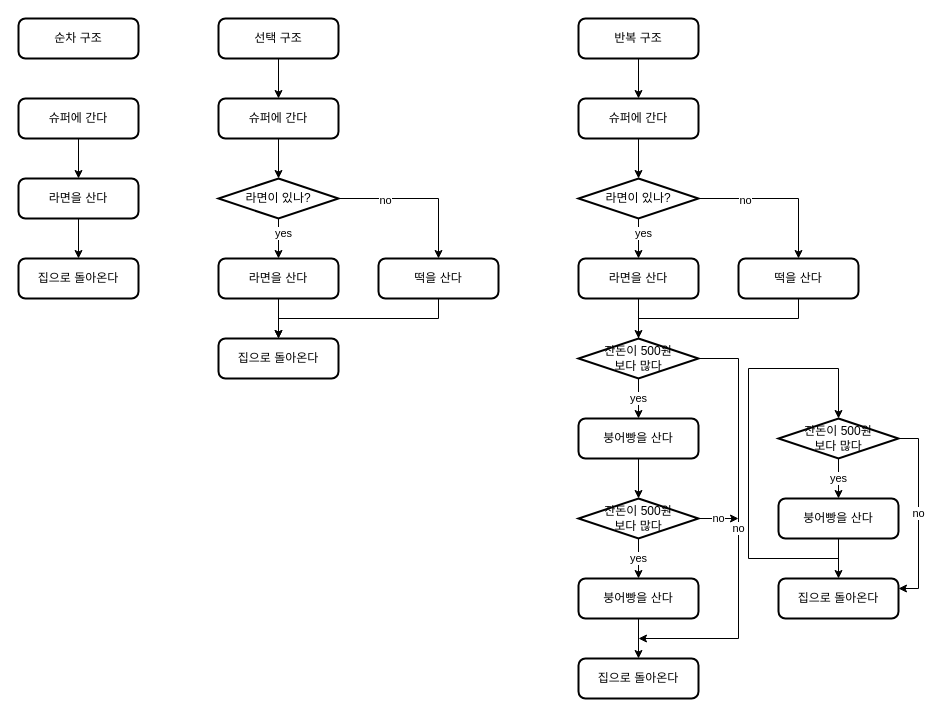
This is Untitled Diagram.drawio from garlic3/python_basic, a draw.io file, before an edit. Source tidied: cells renumbered, new cells numbered last; positions are measured from the earlier drawing's top-left corner, leaving out a move shared by most shapes. Both pictures are drawn from the tidied source at 100%, with x=0, y=0 at pixel (18, 18).
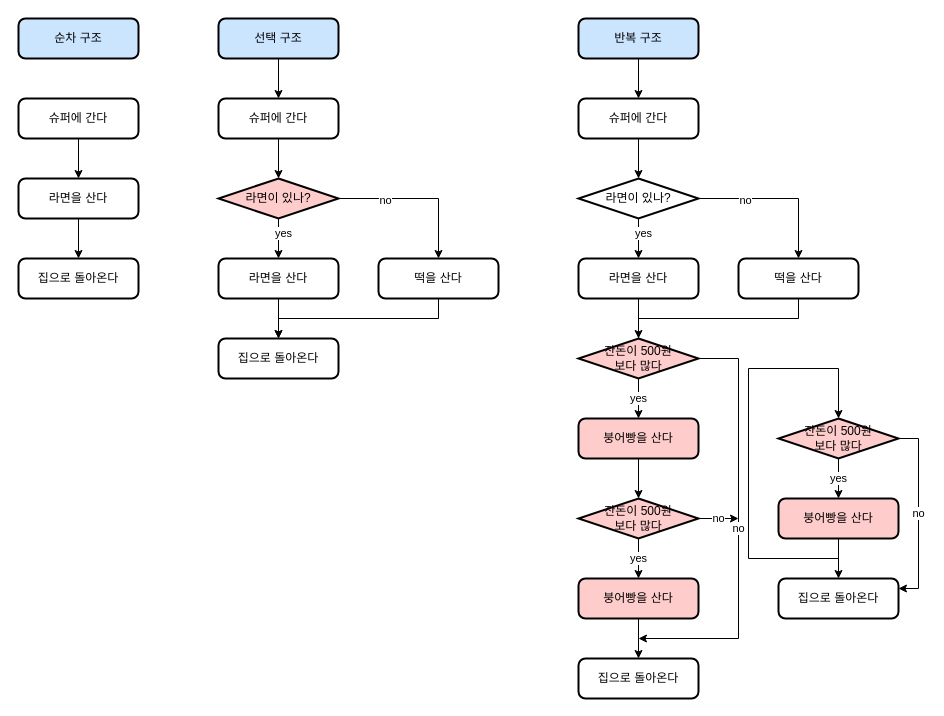
Above is the later version.

What changed in the source:
```diff
@@
-    <mxCell id="7" value="순차 구조" style="rounded=1;whiteSpace=wrap;html=1;absoluteArcSize=1;arcSize=14;strokeWidth=2;" parent="1" vertex="1">
+    <mxCell id="7" value="순차 구조" style="rounded=1;whiteSpace=wrap;html=1;absoluteArcSize=1;arcSize=14;strokeWidth=2;fillColor=#CCE5FF;" parent="1" vertex="1">
       <mxGeometry width="120" height="40" as="geometry" />
     </mxCell>
@@
-    <mxCell id="9" value="선택 구조" style="rounded=1;whiteSpace=wrap;html=1;absoluteArcSize=1;arcSize=14;strokeWidth=2;" parent="1" vertex="1">
+    <mxCell id="9" value="선택 구조" style="rounded=1;whiteSpace=wrap;html=1;absoluteArcSize=1;arcSize=14;strokeWidth=2;fillColor=#CCE5FF;" parent="1" vertex="1">
       <mxGeometry x="200" width="120" height="40" as="geometry" />
     </mxCell>
@@
-    <mxCell id="19" value="라면이 있나?" style="strokeWidth=2;html=1;shape=mxgraph.flowchart.decision;whiteSpace=wrap;" parent="1" vertex="1">
+    <mxCell id="19" value="라면이 있나?" style="strokeWidth=2;html=1;shape=mxgraph.flowchart.decision;whiteSpace=wrap;fillColor=#FFCCCC;" parent="1" vertex="1">
       <mxGeometry x="200" y="160" width="120" height="40" as="geometry" />
     </mxCell>
@@
-    <mxCell id="23" value="반복 구조" style="rounded=1;whiteSpace=wrap;html=1;absoluteArcSize=1;arcSize=14;strokeWidth=2;" parent="1" vertex="1">
+    <mxCell id="23" value="반복 구조" style="rounded=1;whiteSpace=wrap;html=1;absoluteArcSize=1;arcSize=14;strokeWidth=2;fillColor=#CCE5FF;" parent="1" vertex="1">
       <mxGeometry x="560" width="120" height="40" as="geometry" />
     </mxCell>
@@
-    <mxCell id="37" value="잔돈이 500원&lt;br&gt;보다 많다" style="strokeWidth=2;html=1;shape=mxgraph.flowchart.decision;whiteSpace=wrap;" parent="1" vertex="1">
+    <mxCell id="37" value="잔돈이 500원&lt;br&gt;보다 많다" style="strokeWidth=2;html=1;shape=mxgraph.flowchart.decision;whiteSpace=wrap;fillColor=#FFCCCC;" parent="1" vertex="1">
       <mxGeometry x="560" y="320" width="120" height="40" as="geometry" />
     </mxCell>
@@
-    <mxCell id="39" value="붕어빵을 산다" style="rounded=1;whiteSpace=wrap;html=1;absoluteArcSize=1;arcSize=14;strokeWidth=2;" parent="1" vertex="1">
+    <mxCell id="39" value="붕어빵을 산다" style="rounded=1;whiteSpace=wrap;html=1;absoluteArcSize=1;arcSize=14;strokeWidth=2;fillColor=#FFCCCC;" parent="1" vertex="1">
       <mxGeometry x="560" y="400" width="120" height="40" as="geometry" />
     </mxCell>
@@
-    <mxCell id="43" value="잔돈이 500원&lt;br&gt;보다 많다" style="strokeWidth=2;html=1;shape=mxgraph.flowchart.decision;whiteSpace=wrap;" parent="1" vertex="1">
+    <mxCell id="43" value="잔돈이 500원&lt;br&gt;보다 많다" style="strokeWidth=2;html=1;shape=mxgraph.flowchart.decision;whiteSpace=wrap;fillColor=#FFCCCC;" parent="1" vertex="1">
       <mxGeometry x="560" y="480" width="120" height="40" as="geometry" />
     </mxCell>
@@
-    <mxCell id="45" value="붕어빵을 산다" style="rounded=1;whiteSpace=wrap;html=1;absoluteArcSize=1;arcSize=14;strokeWidth=2;" parent="1" vertex="1">
+    <mxCell id="45" value="붕어빵을 산다" style="rounded=1;whiteSpace=wrap;html=1;absoluteArcSize=1;arcSize=14;strokeWidth=2;fillColor=#FFCCCC;" parent="1" vertex="1">
       <mxGeometry x="560" y="560" width="120" height="40" as="geometry" />
     </mxCell>
@@
-    <mxCell id="48" value="잔돈이 500원&lt;br&gt;보다 많다" style="strokeWidth=2;html=1;shape=mxgraph.flowchart.decision;whiteSpace=wrap;" parent="1" vertex="1">
+    <mxCell id="48" value="잔돈이 500원&lt;br&gt;보다 많다" style="strokeWidth=2;html=1;shape=mxgraph.flowchart.decision;whiteSpace=wrap;fillColor=#FFCCCC;" parent="1" vertex="1">
       <mxGeometry x="760" y="400" width="120" height="40" as="geometry" />
     </mxCell>
@@
-    <mxCell id="51" value="붕어빵을 산다" style="rounded=1;whiteSpace=wrap;html=1;absoluteArcSize=1;arcSize=14;strokeWidth=2;" parent="1" vertex="1">
+    <mxCell id="51" value="붕어빵을 산다" style="rounded=1;whiteSpace=wrap;html=1;absoluteArcSize=1;arcSize=14;strokeWidth=2;fillColor=#FFCCCC;" parent="1" vertex="1">
       <mxGeometry x="760" y="480" width="120" height="40" as="geometry" />
     </mxCell>
```
